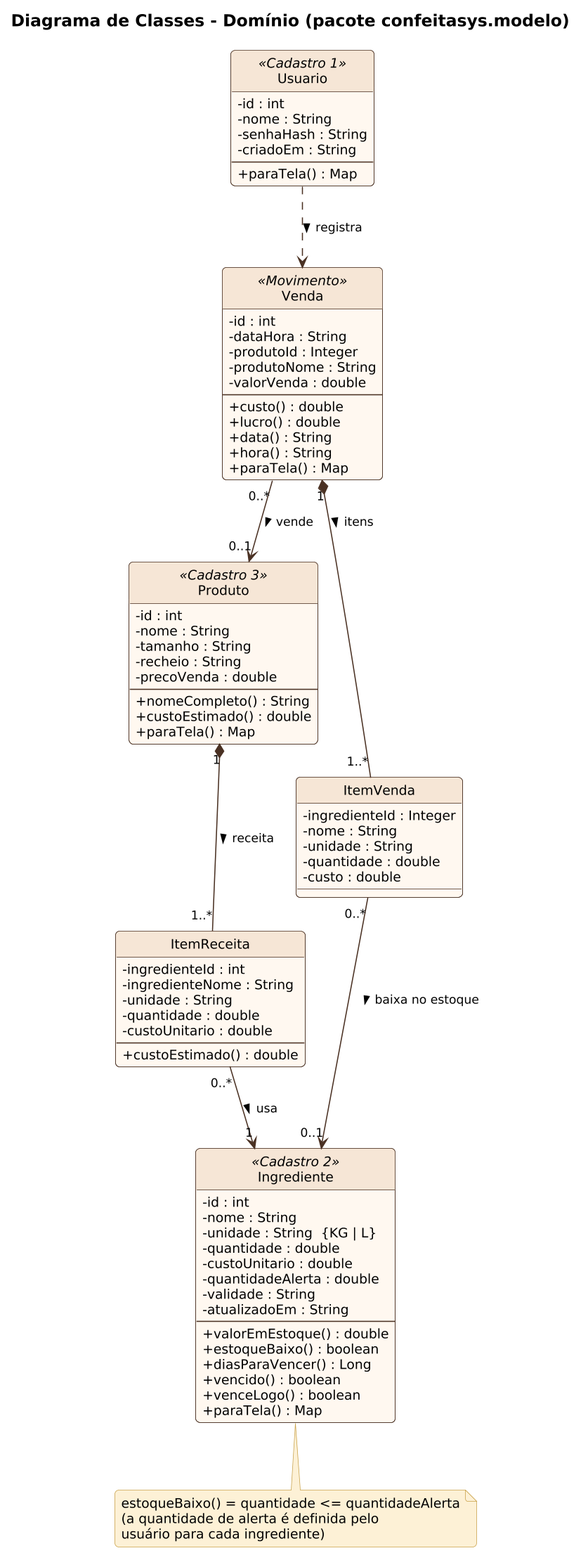
This is docs/diagramas/png/02_classes_dominio.png from Hallff/ConfeitaSys, a PlantUML export, as it was before one commit.
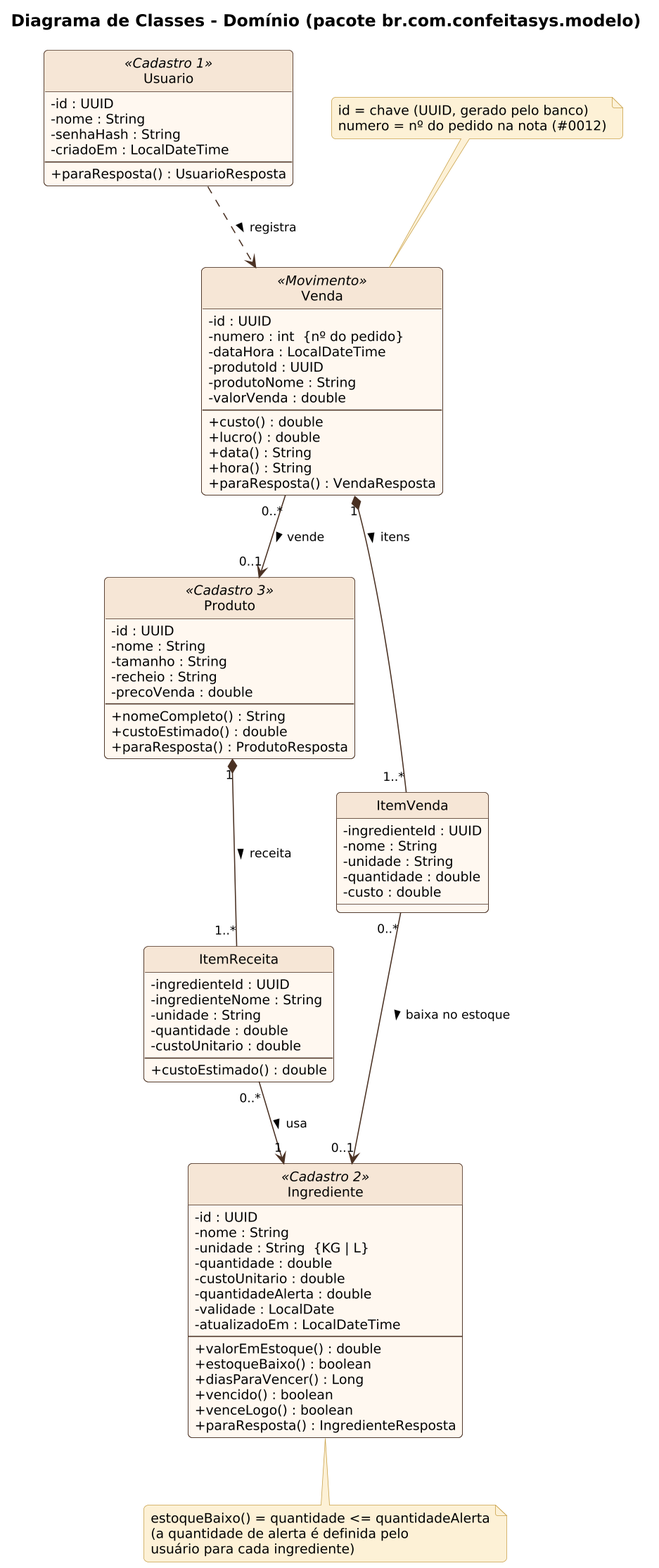
Above is the later version.

The edit, as a diff of the source:
```diff
@@ -1,38 +1,38 @@
 @startuml
 !include _estilo.iuml
-title Diagrama de Classes - Domínio (pacote confeitasys.modelo)
+title Diagrama de Classes - Domínio (pacote br.com.confeitasys.modelo)
 hide circle
 skinparam classAttributeIconSize 0
 
 class Usuario <<Cadastro 1>> {
-  - id : int
+  - id : UUID
   - nome : String
   - senhaHash : String
-  - criadoEm : String
+  - criadoEm : LocalDateTime
   --
-  + paraTela() : Map
+  + paraResposta() : UsuarioResposta
 }
 
 class Ingrediente <<Cadastro 2>> {
-  - id : int
+  - id : UUID
   - nome : String
   - unidade : String  {KG | L}
   - quantidade : double
   - custoUnitario : double
   - quantidadeAlerta : double
-  - validade : String
-  - atualizadoEm : String
+  - validade : LocalDate
+  - atualizadoEm : LocalDateTime
   --
   + valorEmEstoque() : double
   + estoqueBaixo() : boolean
   + diasParaVencer() : Long
   + vencido() : boolean
   + venceLogo() : boolean
-  + paraTela() : Map
+  + paraResposta() : IngredienteResposta
 }
 
 class Produto <<Cadastro 3>> {
-  - id : int
+  - id : UUID
   - nome : String
   - tamanho : String
   - recheio : String
@@ -40,11 +40,11 @@
   --
   + nomeCompleto() : String
   + custoEstimado() : double
-  + paraTela() : Map
+  + paraResposta() : ProdutoResposta
 }
 
 class ItemReceita {
-  - ingredienteId : int
+  - ingredienteId : UUID
   - ingredienteNome : String
   - unidade : String
   - quantidade : double
@@ -54,9 +54,10 @@
 }
 
 class Venda <<Movimento>> {
-  - id : int
-  - dataHora : String
-  - produtoId : Integer
+  - id : UUID
+  - numero : int  {nº do pedido}
+  - dataHora : LocalDateTime
+  - produtoId : UUID
   - produtoNome : String
   - valorVenda : double
   --
@@ -64,11 +65,11 @@
   + lucro() : double
   + data() : String
   + hora() : String
-  + paraTela() : Map
+  + paraResposta() : VendaResposta
 }
 
 class ItemVenda {
-  - ingredienteId : Integer
+  - ingredienteId : UUID
   - nome : String
   - unidade : String
   - quantidade : double
@@ -82,6 +83,11 @@
 Venda "0..*" --> "0..1" Produto : vende >
 Usuario ..> Venda : registra >
 
+note top of Venda
+  id = chave (UUID, gerado pelo banco)
+  numero = nº do pedido na nota (#0012)
+end note
+
 note bottom of Ingrediente
   estoqueBaixo() = quantidade <= quantidadeAlerta
   (a quantidade de alerta é definida pelo
```
